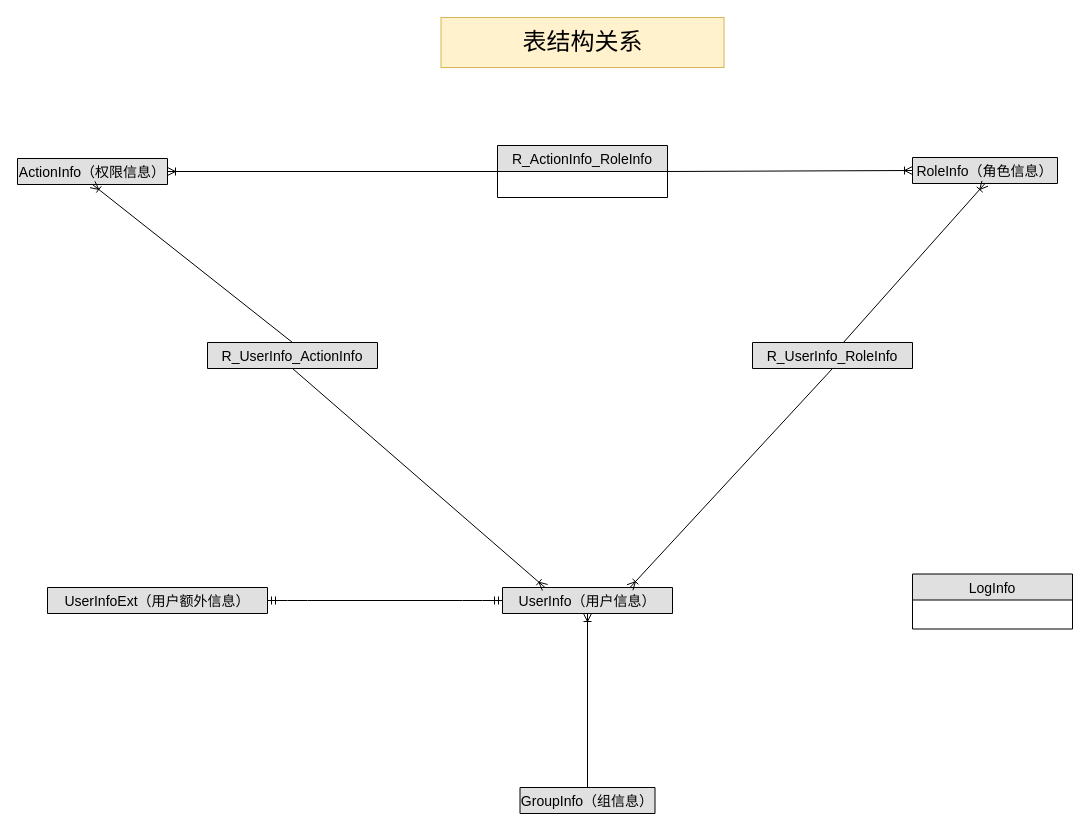
Above: IHC.drawio in GreAmbWang/draw.io (draw.io), before the change. Source tidied: cells renumbered, new cells numbered last; positions are measured from the earlier drawing's top-left corner, leaving out a move shared by most shapes. Both pictures are drawn from the tidied source at 100%, with x=0, y=0 at pixel (17, 17).
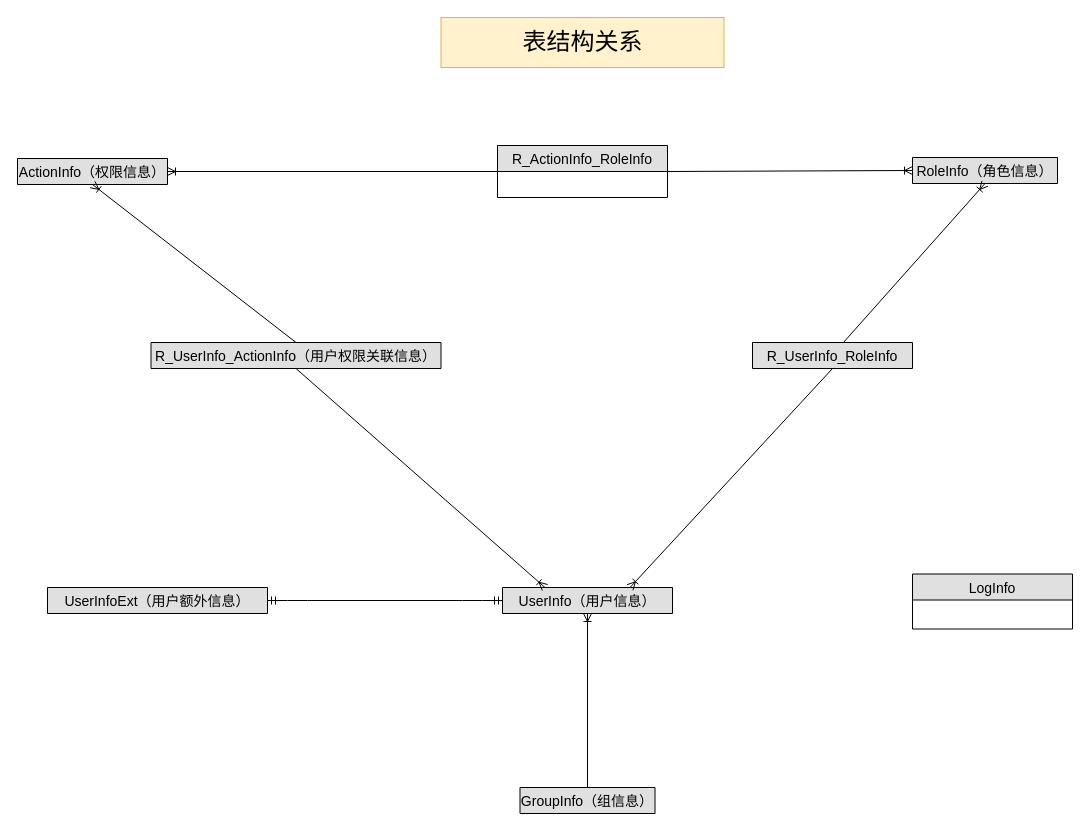
The same diagram, later.

The edit, as a diff of the source:
```diff
@@
 <mxGraphModel>
   <root>
     <mxCell id="0" />
     <mxCell id="1" parent="0" />
     <mxCell id="2" value="UserInfo（用户信息）" style="swimlane;fontStyle=0;horizontal=1;startSize=26;fillColor=#e0e0e0;swimlaneFillColor=#ffffff;align=center;fontSize=14;" parent="1" vertex="1" collapsed="1">
       <mxGeometry x="485" y="570" width="170" height="26" as="geometry" />
     </mxCell>
     <mxCell id="3" value="GroupInfo（组信息）" style="swimlane;fontStyle=0;horizontal=1;startSize=26;fillColor=#e0e0e0;swimlaneFillColor=#ffffff;align=center;fontSize=14;" parent="1" vertex="1" collapsed="1">
       <mxGeometry x="502.5" y="770" width="135" height="26" as="geometry" />
     </mxCell>
     <mxCell id="4" value="ActionInfo（权限信息）" style="swimlane;fontStyle=0;horizontal=1;startSize=26;fillColor=#e0e0e0;swimlaneFillColor=#ffffff;align=center;fontSize=14;" parent="1" vertex="1" collapsed="1">
       <mxGeometry y="141" width="150" height="26" as="geometry" />
     </mxCell>
     <mxCell id="5" style="fontSize=12;html=1;endArrow=ERoneToMany;entryX=0.5;entryY=1;entryDx=0;entryDy=0;exitX=0.5;exitY=0;exitDx=0;exitDy=0;" parent="1" edge="1" source="3" target="2">
       <mxGeometry relative="1" as="geometry" />
     </mxCell>
     <mxCell id="6" value="RoleInfo（角色信息）" style="swimlane;fontStyle=0;horizontal=1;startSize=26;fillColor=#e0e0e0;swimlaneFillColor=#ffffff;align=center;fontSize=14;" parent="1" vertex="1" collapsed="1">
       <mxGeometry x="895" y="140" width="145" height="26" as="geometry" />
     </mxCell>
     <mxCell id="7" value="R_UserInfo_RoleInfo" style="swimlane;fontStyle=0;horizontal=1;startSize=26;fillColor=#e0e0e0;swimlaneFillColor=#ffffff;align=center;fontSize=14;" parent="1" vertex="1" collapsed="1">
       <mxGeometry x="735" y="325" width="160" height="26" as="geometry" />
     </mxCell>
     <mxCell id="8" style="fontSize=12;html=1;endArrow=ERoneToMany;entryX=0.5;entryY=1;entryDx=0;entryDy=0;exitX=0.569;exitY=-0.005;exitDx=0;exitDy=0;exitPerimeter=0;" parent="1" edge="1" source="7" target="6">
       <mxGeometry relative="1" as="geometry" />
     </mxCell>
     <mxCell id="9" style="fontSize=12;html=1;endArrow=ERoneToMany;entryX=0.75;entryY=0;entryDx=0;entryDy=0;exitX=0.5;exitY=1;exitDx=0;exitDy=0;" parent="1" edge="1" source="7" target="2">
       <mxGeometry relative="1" as="geometry" />
     </mxCell>
-    <mxCell id="10" value="R_UserInfo_ActionInfo" style="swimlane;fontStyle=0;horizontal=1;startSize=26;fillColor=#e0e0e0;swimlaneFillColor=#ffffff;align=center;fontSize=14;" parent="1" vertex="1" collapsed="1">
-      <mxGeometry x="190" y="325" width="170" height="26" as="geometry" />
+    <mxCell id="10" value="R_UserInfo_ActionInfo（用户权限关联信息）" style="swimlane;fontStyle=0;horizontal=1;startSize=26;fillColor=#e0e0e0;swimlaneFillColor=#ffffff;align=center;fontSize=14;" parent="1" vertex="1" collapsed="1">
+      <mxGeometry x="133.5" y="325" width="290" height="26" as="geometry" />
     </mxCell>
     <mxCell id="11" style="fontSize=12;html=1;endArrow=ERoneToMany;entryX=0.25;entryY=0;entryDx=0;entryDy=0;exitX=0.5;exitY=1;exitDx=0;exitDy=0;" parent="1" edge="1" source="10" target="2">
       <mxGeometry relative="1" as="geometry" />
     </mxCell>
     <mxCell id="12" style="fontSize=12;html=1;endArrow=ERoneToMany;entryX=0.5;entryY=1;entryDx=0;entryDy=0;exitX=0.5;exitY=0;exitDx=0;exitDy=0;" parent="1" edge="1" source="10" target="4">
       <mxGeometry relative="1" as="geometry" />
     </mxCell>
     <mxCell id="13" value="R_ActionInfo_RoleInfo" style="swimlane;fontStyle=0;horizontal=1;startSize=26;fillColor=#e0e0e0;swimlaneFillColor=#ffffff;align=center;fontSize=14;" parent="1" vertex="1">
       <mxGeometry x="480" y="128" width="170" height="52" as="geometry" />
     </mxCell>
     <mxCell id="14" style="fontSize=12;html=1;endArrow=ERoneToMany;entryX=1;entryY=0.5;entryDx=0;entryDy=0;exitX=0;exitY=0.5;exitDx=0;exitDy=0;" parent="1" edge="1" source="13" target="4">
       <mxGeometry relative="1" as="geometry" />
     </mxCell>
     <mxCell id="15" style="fontSize=12;html=1;endArrow=ERoneToMany;entryX=0;entryY=0.5;entryDx=0;entryDy=0;exitX=1;exitY=0.5;exitDx=0;exitDy=0;" parent="1" edge="1" source="13" target="6">
       <mxGeometry relative="1" as="geometry" />
     </mxCell>
     <mxCell id="16" value="UserInfoExt（用户额外信息）" style="swimlane;fontStyle=0;horizontal=1;startSize=26;fillColor=#e0e0e0;swimlaneFillColor=#ffffff;align=center;fontSize=14;" parent="1" vertex="1" collapsed="1">
       <mxGeometry x="30" y="570" width="220" height="26" as="geometry" />
     </mxCell>
     <mxCell id="17" style="edgeStyle=entityRelationEdgeStyle;fontSize=12;html=1;endArrow=ERmandOne;startArrow=ERmandOne;entryX=0;entryY=0.5;entryDx=0;entryDy=0;exitX=1;exitY=0.5;exitDx=0;exitDy=0;" parent="1" edge="1" source="16" target="2">
       <mxGeometry relative="1" as="geometry" />
     </mxCell>
     <mxCell id="18" value="&lt;font style=&quot;font-size: 24px&quot;&gt;表结构关系&lt;/font&gt;" style="text;html=1;strokeColor=#d6b656;fillColor=#fff2cc;align=center;verticalAlign=middle;whiteSpace=wrap;rounded=0;" parent="1" vertex="1">
       <mxGeometry x="423.5" width="283" height="50" as="geometry" />
     </mxCell>
     <mxCell id="19" value="LogInfo" style="swimlane;fontStyle=0;horizontal=1;startSize=26;fillColor=#e0e0e0;swimlaneFillColor=#ffffff;align=center;fontSize=14;" parent="1" vertex="1">
       <mxGeometry x="895" y="556.5" width="160" height="55" as="geometry" />
     </mxCell>
   </root>
 </mxGraphModel>
```
